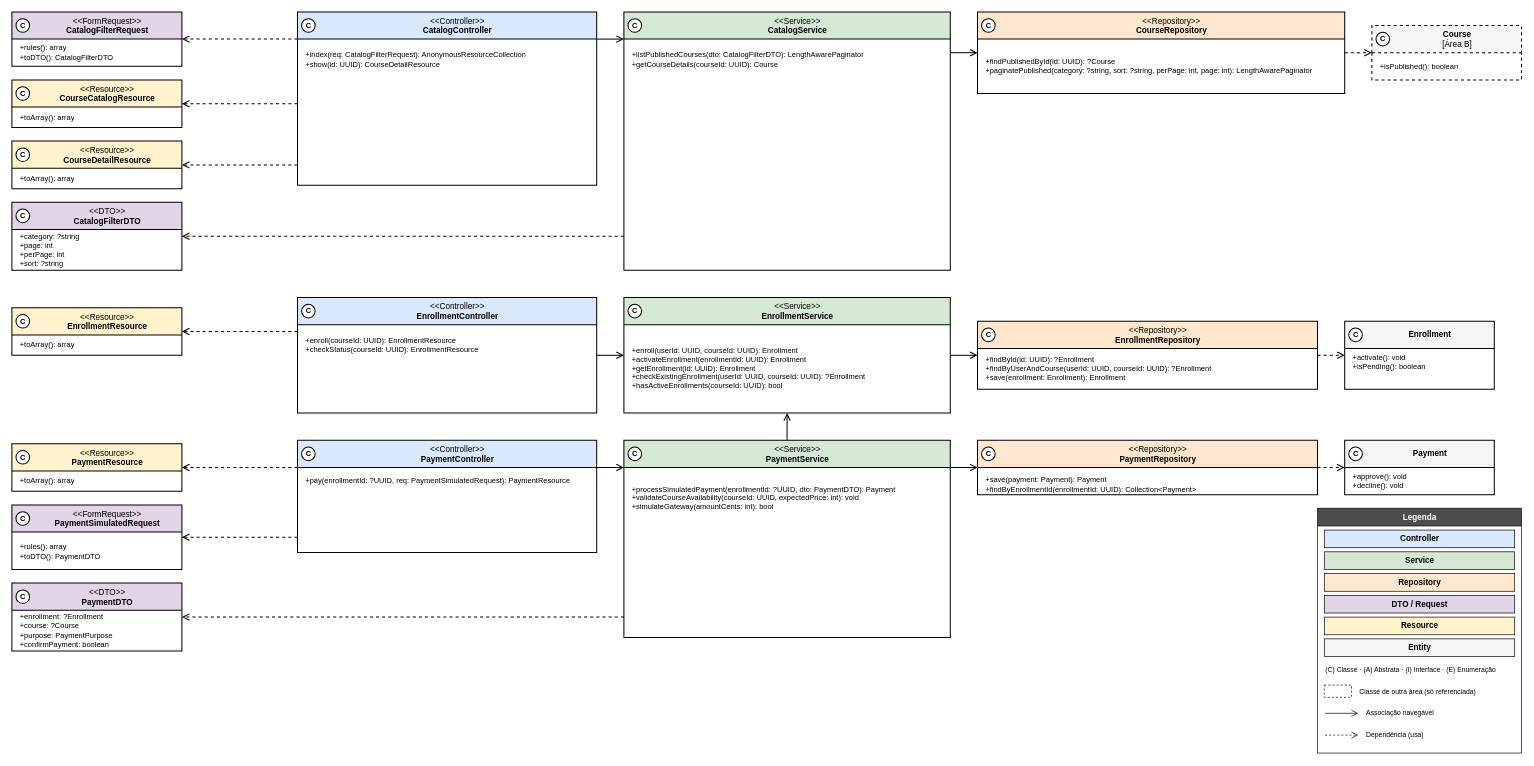
This is especificacao/diagramas/13-classes-area-c-implementacao-matricula.drawio from Plataforma-de-Cursos-TCC/plataforma-cursos-docs, a draw.io file, before an edit. Source tidied: cells renumbered, new cells numbered last; positions are measured from the earlier drawing's top-left corner, leaving out a move shared by most shapes. Both pictures are drawn from the tidied source at 68%, with x=0, y=0 at pixel (12, 12).
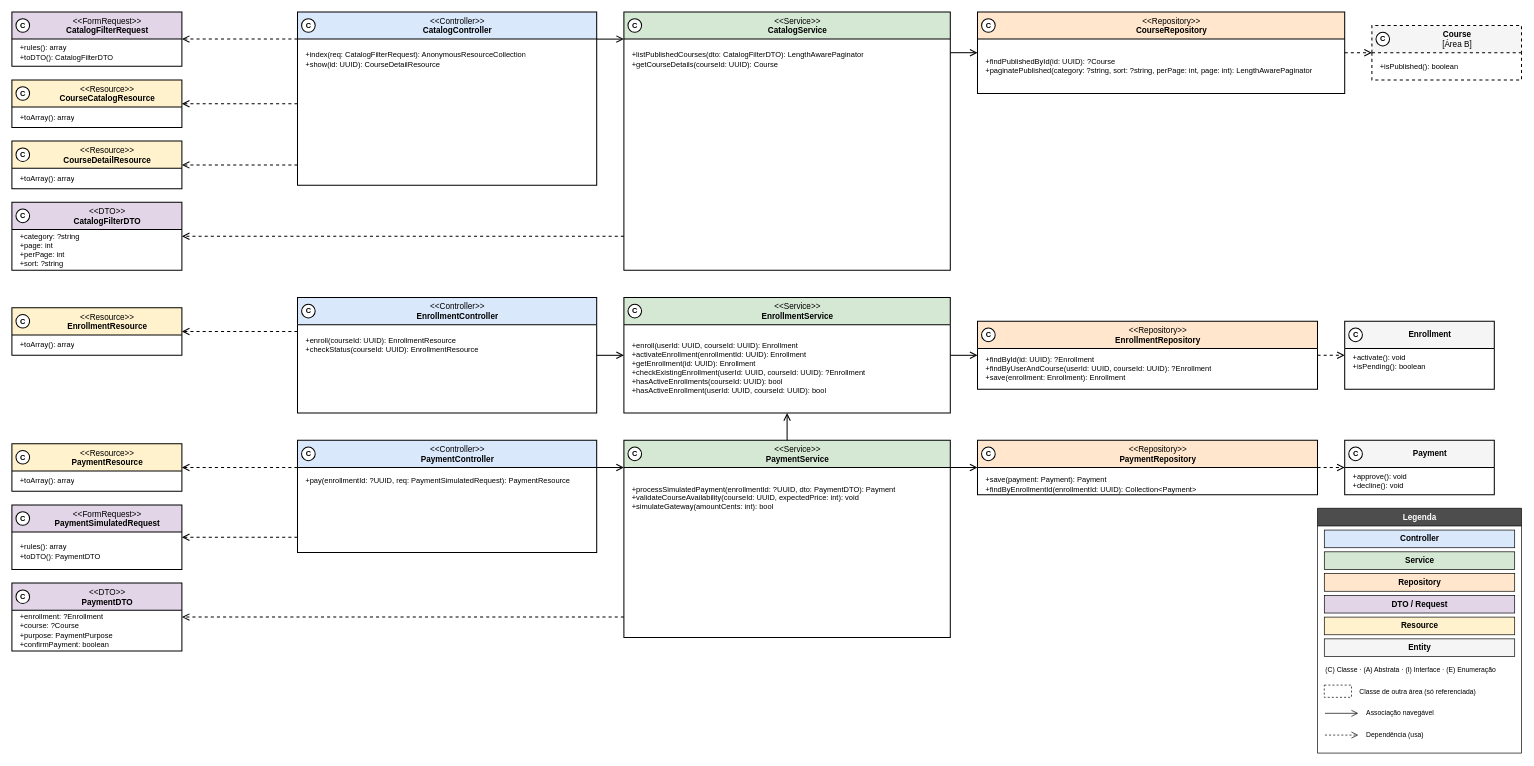
The same diagram, later.

The change refers to these unchanged cells:
```xml
<mxCell id="22" value="&amp;lt;&amp;lt;Service&amp;gt;&amp;gt;&lt;br&gt;&lt;b&gt;EnrollmentService&lt;/b&gt;" style="swimlane;html=1;fontStyle=0;align=center;verticalAlign=top;startSize=40;fillColor=#D5E8D4;swimlaneFillColor=#FFFFFF;strokeColor=#000000;strokeWidth=1.5;fontFamily=Helvetica;fontSize=12;fontColor=#000000;rounded=0;spacingLeft=30;" parent="1" vertex="1">
  <mxGeometry x="900" y="420" width="480" height="170" as="geometry" />
</mxCell>
```

Change to the diagram source:
```diff
@@
-    <mxCell id="23" value="+enroll(userId: UUID, courseId: UUID): Enrollment&lt;br&gt;+activateEnrollment(enrollmentId: UUID): Enrollment&lt;br&gt;+getEnrollment(id: UUID): Enrollment&lt;br&gt;+checkExistingEnrollment(userId: UUID, courseId: UUID): ?Enrollment&lt;br&gt;+hasActiveEnrollments(courseId: UUID): bool" style="text;html=1;align=left;verticalAlign=middle;spacingLeft=10;spacingRight=10;overflow=hidden;fontFamily=Helvetica;fontSize=11;fontColor=#000000;" parent="22" vertex="1">
+    <mxCell id="23" value="+enroll(userId: UUID, courseId: UUID): Enrollment&lt;br&gt;+activateEnrollment(enrollmentId: UUID): Enrollment&lt;br&gt;+getEnrollment(id: UUID): Enrollment&lt;br&gt;+checkExistingEnrollment(userId: UUID, courseId: UUID): ?Enrollment&lt;br&gt;+hasActiveEnrollments(courseId: UUID): bool&lt;br&gt;+hasActiveEnrollment(userId: UUID, courseId: UUID): bool" style="text;html=1;align=left;verticalAlign=middle;spacingLeft=10;spacingRight=10;overflow=hidden;fontFamily=Helvetica;fontSize=11;fontColor=#000000;" parent="22" vertex="1">
       <mxGeometry y="44" width="480" height="120" as="geometry" />
     </mxCell>
```
